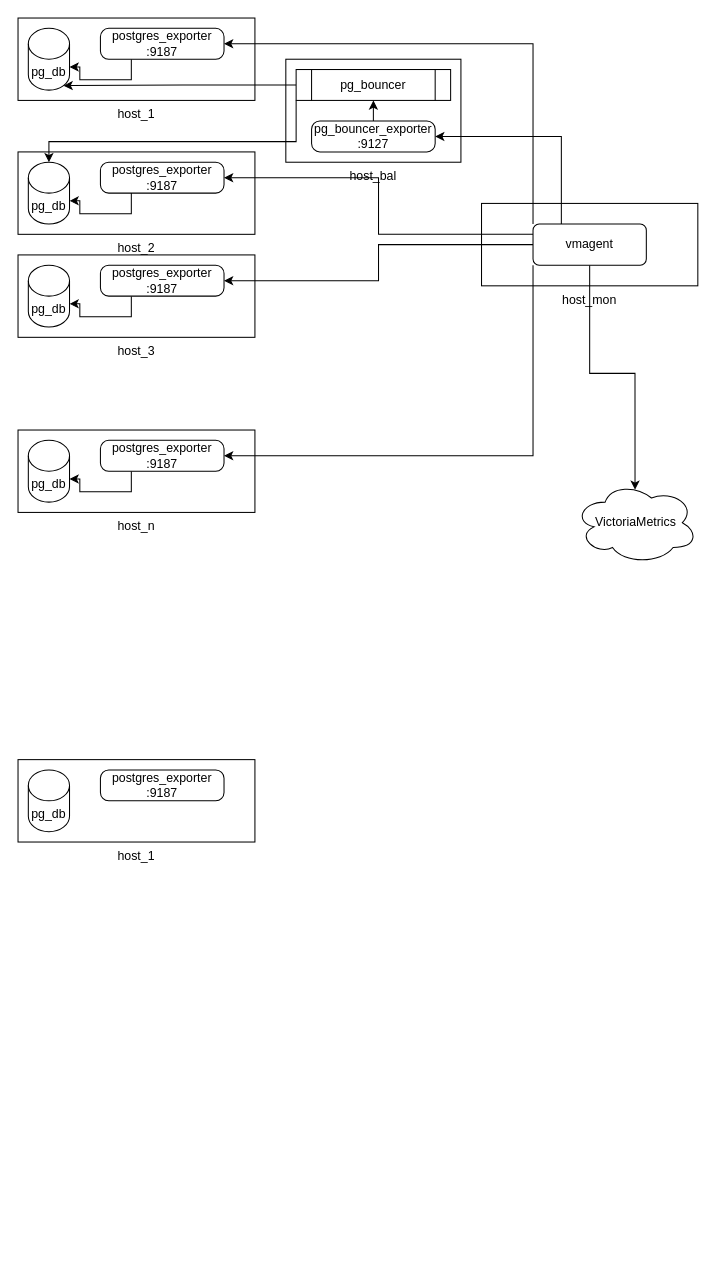
Muxa1L/draws keeps this draw.io diagram as Untitled Diagram.drawio. Above is the earlier version. Source tidied: cells renumbered, new cells numbered last; positions are measured from the earlier drawing's top-left corner, leaving out a move shared by most shapes. Both pictures are drawn from the tidied source at 103%, with x=0, y=0 at pixel (18, 18).
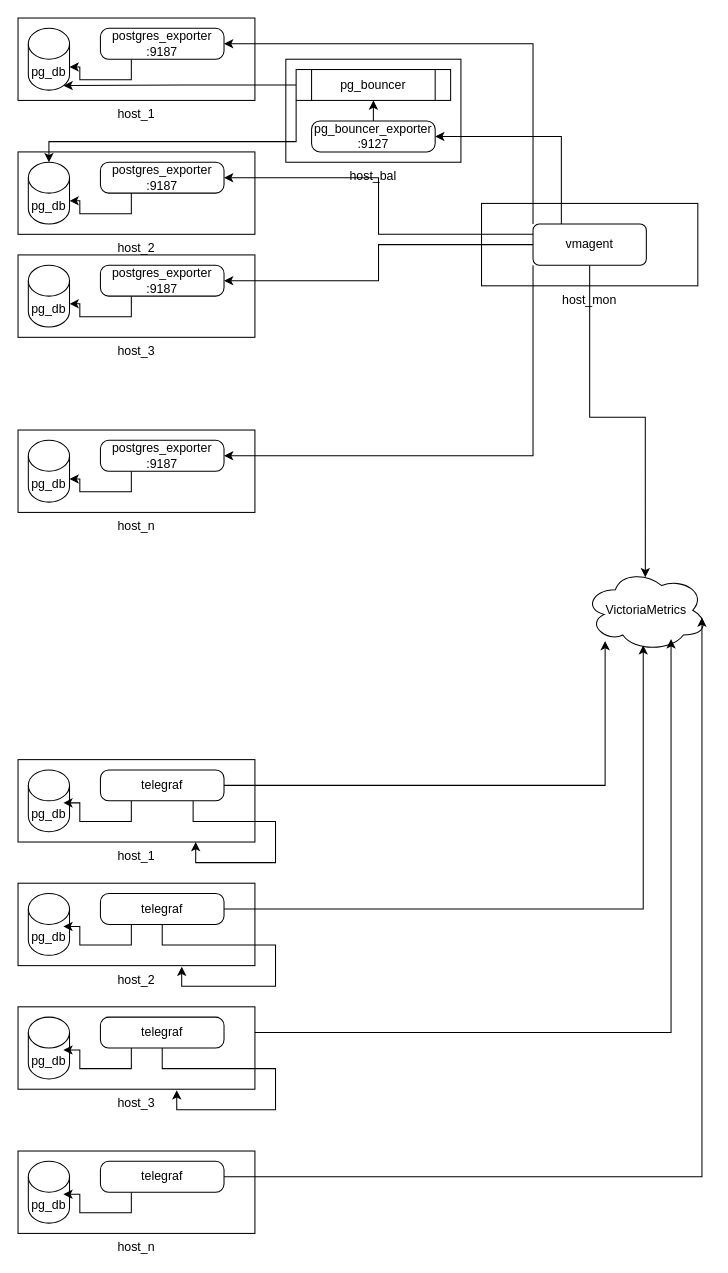
The same page after the edit.

The change refers to these unchanged cells:
```xml
<mxCell id="33" value="host_1" style="rounded=0;whiteSpace=wrap;html=1;align=center;labelPosition=center;verticalLabelPosition=bottom;verticalAlign=top;" parent="1" vertex="1">
  <mxGeometry y="720" width="230" height="80" as="geometry" />
</mxCell>
<mxCell id="34" value="pg_db" style="shape=cylinder3;whiteSpace=wrap;html=1;boundedLbl=1;backgroundOutline=1;size=15;" parent="1" vertex="1">
  <mxGeometry x="10" y="730" width="40" height="60" as="geometry" />
</mxCell>
```

Diff of the diagram source:
```diff
@@
     <mxCell id="27" value="VictoriaMetrics" style="ellipse;shape=cloud;whiteSpace=wrap;html=1;" parent="1" vertex="1">
-      <mxGeometry x="540" y="450" width="120" height="80" as="geometry" />
+      <mxGeometry x="550" y="535" width="120" height="80" as="geometry" />
     </mxCell>
@@
+    <mxCell id="36" style="edgeStyle=orthogonalEdgeStyle;rounded=0;jettySize=auto;html=1;exitX=0.25;exitY=1;exitDx=0;exitDy=0;entryX=0.85;entryY=0.533;entryDx=0;entryDy=0;entryPerimeter=0;" parent="1" edge="1" source="35" target="34">
+      <mxGeometry relative="1" as="geometry" />
+    </mxCell>
+    <mxCell id="37" style="edgeStyle=orthogonalEdgeStyle;rounded=0;jettySize=auto;html=1;exitX=1;exitY=0.5;exitDx=0;exitDy=0;" parent="1" edge="1" source="35" target="27">
+      <mxGeometry relative="1" as="geometry">
+        <Array as="points">
+          <mxPoint x="570" y="745" />
+        </Array>
+      </mxGeometry>
+    </mxCell>
+    <mxCell id="38" style="edgeStyle=orthogonalEdgeStyle;rounded=0;jettySize=auto;html=1;exitX=0.75;exitY=1;exitDx=0;exitDy=0;entryX=0.75;entryY=1;entryDx=0;entryDy=0;" parent="1" edge="1" source="35" target="33">
+      <mxGeometry relative="1" as="geometry" />
+    </mxCell>
-    <mxCell id="35" value="postgres_exporter&lt;br&gt;:9187" style="rounded=1;whiteSpace=wrap;html=1;arcSize=27;" parent="1" vertex="1">
+    <mxCell id="35" value="telegraf" style="rounded=1;whiteSpace=wrap;html=1;arcSize=27;" parent="1" vertex="1">
       <mxGeometry x="80" y="730" width="120" height="30" as="geometry" />
     </mxCell>
+    <mxCell id="39" value="host_2" style="rounded=0;whiteSpace=wrap;html=1;align=center;labelPosition=center;verticalLabelPosition=bottom;verticalAlign=top;" parent="1" vertex="1">
+      <mxGeometry y="840" width="230" height="80" as="geometry" />
+    </mxCell>
+    <mxCell id="40" value="pg_db" style="shape=cylinder3;whiteSpace=wrap;html=1;boundedLbl=1;backgroundOutline=1;size=15;" parent="1" vertex="1">
+      <mxGeometry x="10" y="850" width="40" height="60" as="geometry" />
+    </mxCell>
+    <mxCell id="41" style="edgeStyle=orthogonalEdgeStyle;rounded=0;jettySize=auto;html=1;exitX=0.25;exitY=1;exitDx=0;exitDy=0;entryX=0.85;entryY=0.533;entryDx=0;entryDy=0;entryPerimeter=0;" parent="1" edge="1" source="44" target="40">
+      <mxGeometry relative="1" as="geometry" />
+    </mxCell>
+    <mxCell id="42" style="edgeStyle=orthogonalEdgeStyle;rounded=0;jettySize=auto;html=1;exitX=0.5;exitY=1;exitDx=0;exitDy=0;entryX=0.691;entryY=1.013;entryDx=0;entryDy=0;entryPerimeter=0;" parent="1" edge="1" source="44" target="39">
+      <mxGeometry relative="1" as="geometry" />
+    </mxCell>
+    <mxCell id="43" style="edgeStyle=orthogonalEdgeStyle;rounded=0;jettySize=auto;html=1;exitX=1;exitY=0.5;exitDx=0;exitDy=0;entryX=0.475;entryY=0.925;entryDx=0;entryDy=0;entryPerimeter=0;" parent="1" edge="1" source="44" target="27">
+      <mxGeometry relative="1" as="geometry" />
+    </mxCell>
+    <mxCell id="44" value="telegraf" style="rounded=1;whiteSpace=wrap;html=1;arcSize=27;" parent="1" vertex="1">
+      <mxGeometry x="80" y="850" width="120" height="30" as="geometry" />
+    </mxCell>
+    <mxCell id="45" style="edgeStyle=orthogonalEdgeStyle;rounded=0;jettySize=auto;html=1;exitX=1;exitY=0.5;exitDx=0;exitDy=0;entryX=0.7;entryY=0.85;entryDx=0;entryDy=0;entryPerimeter=0;" parent="1" edge="1" source="50" target="27">
+      <mxGeometry relative="1" as="geometry" />
+    </mxCell>
+    <mxCell id="46" value="host_3" style="rounded=0;whiteSpace=wrap;html=1;align=center;labelPosition=center;verticalLabelPosition=bottom;verticalAlign=top;" parent="1" vertex="1">
+      <mxGeometry y="960" width="230" height="80" as="geometry" />
+    </mxCell>
+    <mxCell id="47" value="pg_db" style="shape=cylinder3;whiteSpace=wrap;html=1;boundedLbl=1;backgroundOutline=1;size=15;" parent="1" vertex="1">
+      <mxGeometry x="10" y="970" width="40" height="60" as="geometry" />
+    </mxCell>
+    <mxCell id="48" style="edgeStyle=orthogonalEdgeStyle;rounded=0;jettySize=auto;html=1;exitX=0.25;exitY=1;exitDx=0;exitDy=0;entryX=0.85;entryY=0.533;entryDx=0;entryDy=0;entryPerimeter=0;" parent="1" edge="1" source="50" target="47">
+      <mxGeometry relative="1" as="geometry" />
+    </mxCell>
+    <mxCell id="49" style="edgeStyle=orthogonalEdgeStyle;rounded=0;jettySize=auto;html=1;exitX=0.5;exitY=1;exitDx=0;exitDy=0;entryX=0.67;entryY=1.013;entryDx=0;entryDy=0;entryPerimeter=0;" parent="1" edge="1" source="50" target="46">
+      <mxGeometry relative="1" as="geometry" />
+    </mxCell>
+    <mxCell id="50" value="telegraf" style="rounded=1;whiteSpace=wrap;html=1;arcSize=27;" parent="1" vertex="1">
+      <mxGeometry x="80" y="970" width="120" height="30" as="geometry" />
+    </mxCell>
+    <mxCell id="51" value="host_n" style="rounded=0;whiteSpace=wrap;html=1;align=center;labelPosition=center;verticalLabelPosition=bottom;verticalAlign=top;" parent="1" vertex="1">
+      <mxGeometry y="1100" width="230" height="80" as="geometry" />
+    </mxCell>
+    <mxCell id="52" value="pg_db" style="shape=cylinder3;whiteSpace=wrap;html=1;boundedLbl=1;backgroundOutline=1;size=15;" parent="1" vertex="1">
+      <mxGeometry x="10" y="1110" width="40" height="60" as="geometry" />
+    </mxCell>
+    <mxCell id="53" style="edgeStyle=orthogonalEdgeStyle;rounded=0;jettySize=auto;html=1;exitX=0.25;exitY=1;exitDx=0;exitDy=0;entryX=0.85;entryY=0.533;entryDx=0;entryDy=0;entryPerimeter=0;" parent="1" edge="1" source="55" target="52">
+      <mxGeometry relative="1" as="geometry" />
+    </mxCell>
+    <mxCell id="54" style="edgeStyle=orthogonalEdgeStyle;rounded=0;jettySize=auto;html=1;exitX=1;exitY=0.5;exitDx=0;exitDy=0;entryX=0.95;entryY=0.588;entryDx=0;entryDy=0;entryPerimeter=0;" parent="1" edge="1" source="55" target="27">
+      <mxGeometry relative="1" as="geometry" />
+    </mxCell>
+    <mxCell id="55" value="telegraf" style="rounded=1;whiteSpace=wrap;html=1;arcSize=27;" parent="1" vertex="1">
+      <mxGeometry x="80" y="1110" width="120" height="30" as="geometry" />
+    </mxCell>
```
